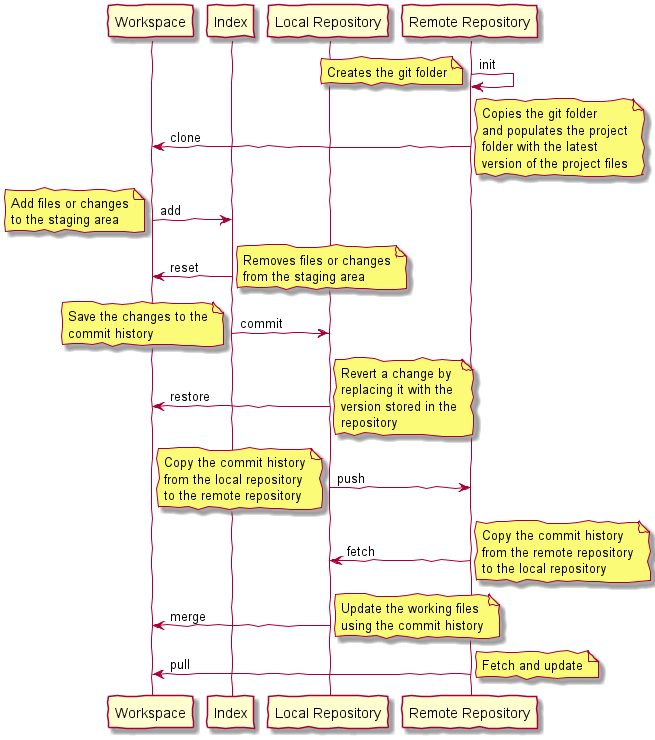
braboj/tutorial-git keeps this PlantUML diagram as Assets/images/git-dataflow-diagram.png. Above is the earlier version.
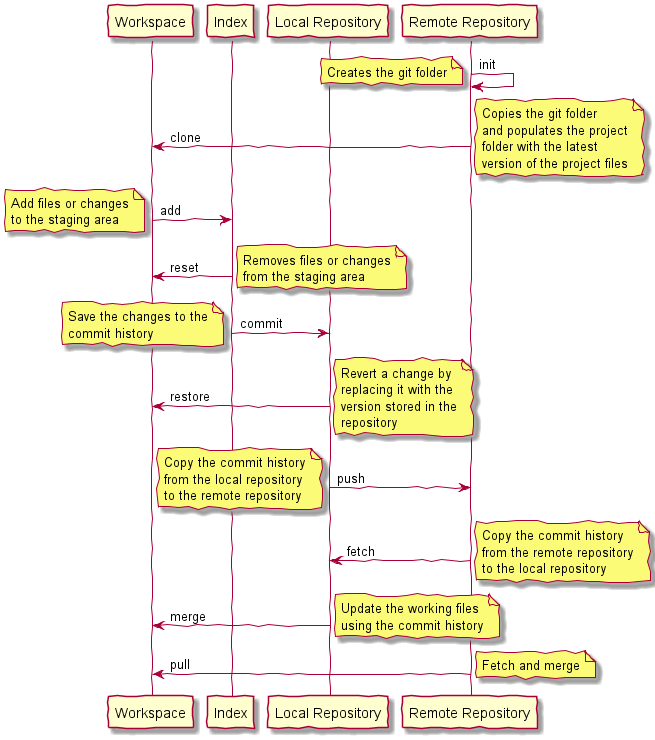
Later version of the same file.

Commit message:
(TUT-GIT) - Banner update

The edit, as a diff of the source:
```diff
@@ -68,7 +68,7 @@
 
 Remote -> Workspace : pull
 note right
-   Fetch and update
+   Fetch and merge
 end note
 
 @enduml
```
